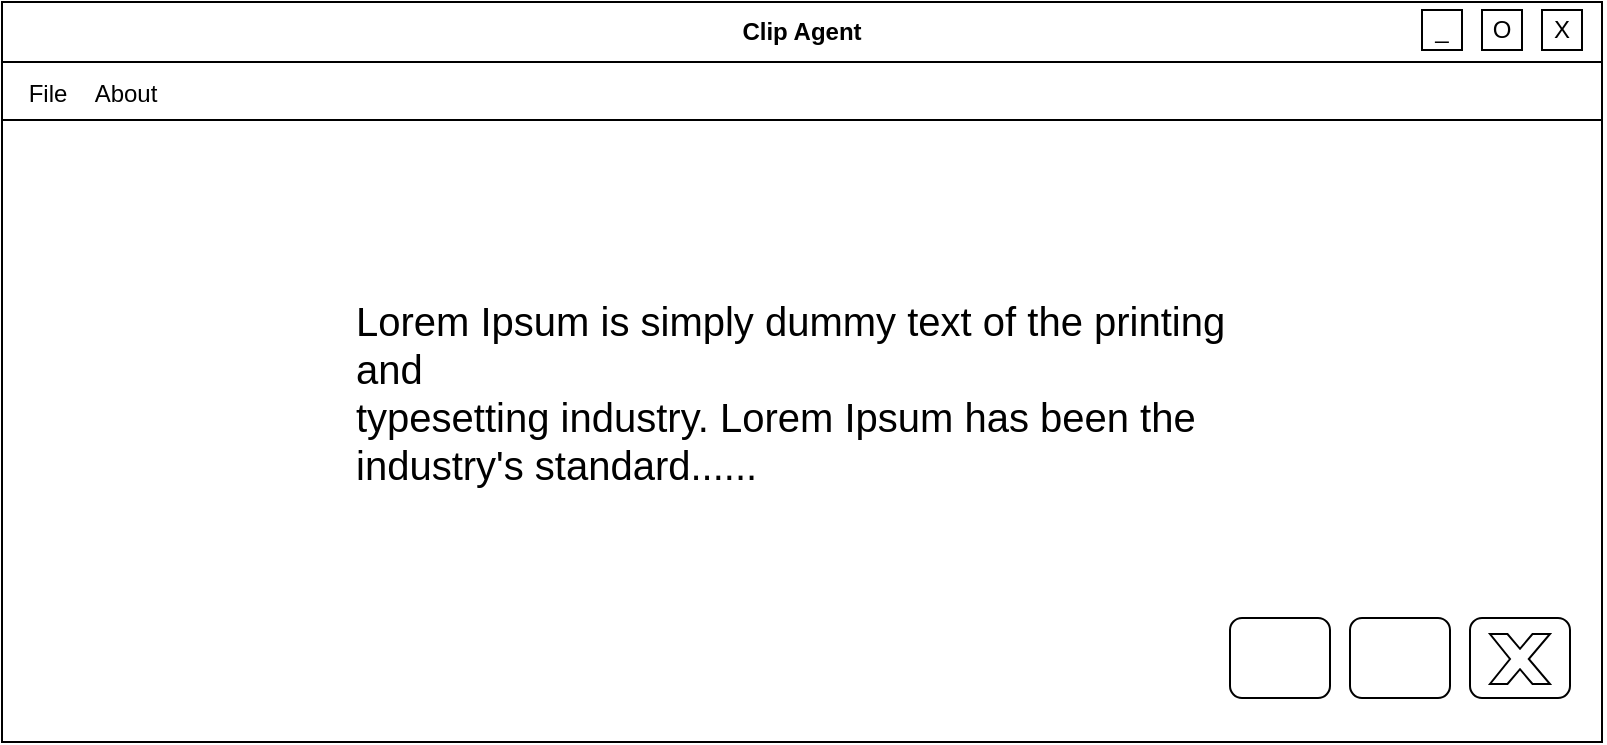
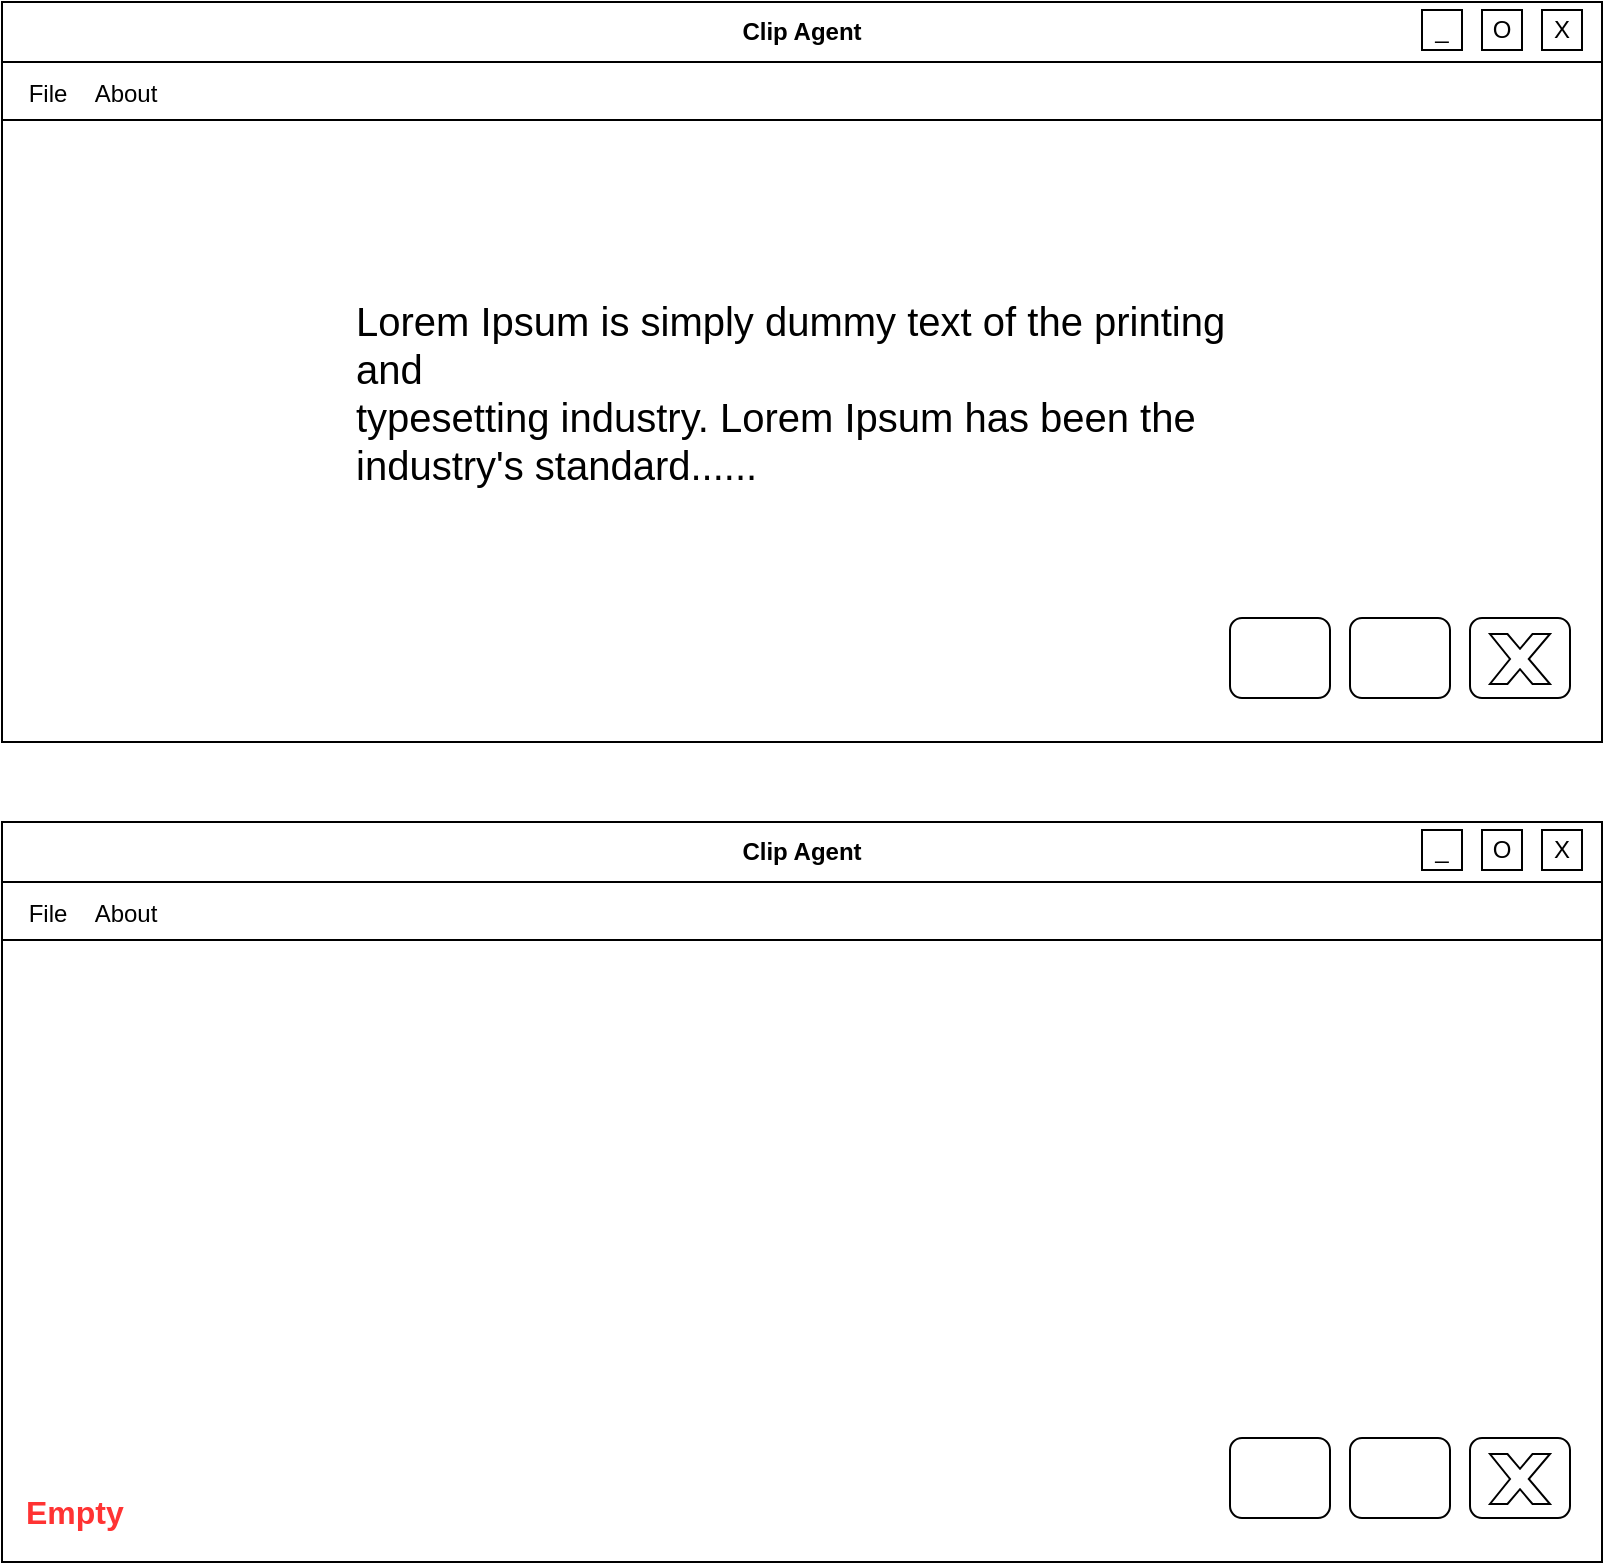
- <mxfile host="app.diagrams.net">
-   <diagram name="Page-1" id="P4FE9_Px-7K-x4Yfp-8R">
-     <mxGraphModel dx="1178" dy="689" grid="1" gridSize="10" guides="1" tooltips="1" connect="1" arrows="1" fold="1" page="1" pageScale="1" pageWidth="850" pageHeight="1100" math="0" shadow="0">
+ <mxfile host="Electron" agent="Mozilla/5.0 (X11; Linux x86_64) AppleWebKit/537.36 (KHTML, like Gecko) draw.io/28.2.5 Chrome/138.0.7204.251 Electron/37.6.1 Safari/537.36" version="28.2.5">
+   <diagram name="Text Only" id="P4FE9_Px-7K-x4Yfp-8R">
+     <mxGraphModel dx="2037" dy="1250" grid="1" gridSize="10" guides="1" tooltips="1" connect="1" arrows="1" fold="1" page="1" pageScale="1" pageWidth="850" pageHeight="1100" math="0" shadow="0">
      <root>
        <mxCell id="0" />
        <mxCell id="1" parent="0" />
-         <mxCell id="ILFVs49rElDs1RQvq7PY-22" parent="1" style="rounded=0;whiteSpace=wrap;html=1;fontStyle=1" value="Clip Agent" vertex="1">
-           <mxGeometry height="30" width="800" x="20" y="40" as="geometry" />
+         <mxCell id="ILFVs49rElDs1RQvq7PY-22" value="Clip Agent" style="rounded=0;whiteSpace=wrap;html=1;fontStyle=1" parent="1" vertex="1">
+           <mxGeometry x="20" y="40" width="800" height="30" as="geometry" />
        </mxCell>
-         <mxCell id="ILFVs49rElDs1RQvq7PY-1" parent="1" style="rounded=0;whiteSpace=wrap;html=1;fillColor=light-dark(#FFFFFF,#1A1A1A);" value="" vertex="1">
-           <mxGeometry height="340" width="800" x="20" y="70" as="geometry" />
+         <mxCell id="ILFVs49rElDs1RQvq7PY-1" value="" style="rounded=0;whiteSpace=wrap;html=1;fillColor=light-dark(#FFFFFF,#1A1A1A);" parent="1" vertex="1">
+           <mxGeometry x="20" y="70" width="800" height="340" as="geometry" />
        </mxCell>
-         <mxCell id="ILFVs49rElDs1RQvq7PY-3" parent="1" style="rounded=0;whiteSpace=wrap;html=1;align=left;verticalAlign=top;fontSize=20;fillColor=light-dark(#FFFFFF,#1A1A1A);strokeColor=none;" value="Lorem Ipsum is simply dummy text of the printing and &lt;br&gt;typesetting industry. Lorem Ipsum has been the industry&#39;s standard......" vertex="1">
-           <mxGeometry height="119" width="460" x="195" y="181" as="geometry" />
+         <mxCell id="ILFVs49rElDs1RQvq7PY-3" value="Lorem Ipsum is simply dummy text of the printing and &lt;br&gt;typesetting industry. Lorem Ipsum has been the industry&#39;s standard......" style="rounded=0;whiteSpace=wrap;html=1;align=left;verticalAlign=top;fontSize=20;fillColor=light-dark(#FFFFFF,#1A1A1A);strokeColor=none;" parent="1" vertex="1">
+           <mxGeometry x="195" y="181" width="460" height="119" as="geometry" />
        </mxCell>
-         <mxCell id="ILFVs49rElDs1RQvq7PY-4" parent="1" style="rounded=1;whiteSpace=wrap;html=1;" value="" vertex="1">
-           <mxGeometry height="40" width="50" x="634" y="348" as="geometry" />
+         <mxCell id="ILFVs49rElDs1RQvq7PY-4" value="" style="rounded=1;whiteSpace=wrap;html=1;" parent="1" vertex="1">
+           <mxGeometry x="634" y="348" width="50" height="40" as="geometry" />
        </mxCell>
-         <mxCell id="ILFVs49rElDs1RQvq7PY-10" parent="1" style="rounded=1;whiteSpace=wrap;html=1;" value="" vertex="1">
-           <mxGeometry height="40" width="50" x="694" y="348" as="geometry" />
+         <mxCell id="ILFVs49rElDs1RQvq7PY-10" value="" style="rounded=1;whiteSpace=wrap;html=1;" parent="1" vertex="1">
+           <mxGeometry x="694" y="348" width="50" height="40" as="geometry" />
        </mxCell>
-         <mxCell id="ILFVs49rElDs1RQvq7PY-11" parent="1" style="rounded=1;whiteSpace=wrap;html=1;" value="" vertex="1">
-           <mxGeometry height="40" width="50" x="754" y="348" as="geometry" />
+         <mxCell id="ILFVs49rElDs1RQvq7PY-11" value="" style="rounded=1;whiteSpace=wrap;html=1;" parent="1" vertex="1">
+           <mxGeometry x="754" y="348" width="50" height="40" as="geometry" />
        </mxCell>
-         <mxCell id="ILFVs49rElDs1RQvq7PY-14" parent="1" style="text;html=1;whiteSpace=wrap;strokeColor=none;fillColor=none;align=center;verticalAlign=middle;rounded=0;" value="About" vertex="1">
-           <mxGeometry height="20" width="40" x="62" y="76" as="geometry" />
+         <mxCell id="ILFVs49rElDs1RQvq7PY-14" value="About" style="text;html=1;whiteSpace=wrap;strokeColor=none;fillColor=none;align=center;verticalAlign=middle;rounded=0;" parent="1" vertex="1">
+           <mxGeometry x="62" y="76" width="40" height="20" as="geometry" />
        </mxCell>
-         <mxCell id="ILFVs49rElDs1RQvq7PY-15" parent="1" style="text;html=1;whiteSpace=wrap;strokeColor=none;fillColor=none;align=center;verticalAlign=middle;rounded=0;" value="File" vertex="1">
-           <mxGeometry height="20" width="40" x="23" y="76" as="geometry" />
+         <mxCell id="ILFVs49rElDs1RQvq7PY-15" value="File" style="text;html=1;whiteSpace=wrap;strokeColor=none;fillColor=none;align=center;verticalAlign=middle;rounded=0;" parent="1" vertex="1">
+           <mxGeometry x="23" y="76" width="40" height="20" as="geometry" />
        </mxCell>
-         <mxCell id="ILFVs49rElDs1RQvq7PY-18" parent="1" style="rounded=0;whiteSpace=wrap;html=1;" value="_" vertex="1">
-           <mxGeometry height="20" width="20" x="730" y="44" as="geometry" />
+         <mxCell id="ILFVs49rElDs1RQvq7PY-18" value="_" style="rounded=0;whiteSpace=wrap;html=1;" parent="1" vertex="1">
+           <mxGeometry x="730" y="44" width="20" height="20" as="geometry" />
        </mxCell>
-         <mxCell id="ILFVs49rElDs1RQvq7PY-19" parent="1" style="rounded=0;whiteSpace=wrap;html=1;" value="O" vertex="1">
-           <mxGeometry height="20" width="20" x="760" y="44" as="geometry" />
+         <mxCell id="ILFVs49rElDs1RQvq7PY-19" value="O" style="rounded=0;whiteSpace=wrap;html=1;" parent="1" vertex="1">
+           <mxGeometry x="760" y="44" width="20" height="20" as="geometry" />
        </mxCell>
-         <mxCell id="ILFVs49rElDs1RQvq7PY-20" parent="1" style="rounded=0;whiteSpace=wrap;html=1;" value="X" vertex="1">
-           <mxGeometry height="20" width="20" x="790" y="44" as="geometry" />
+         <mxCell id="ILFVs49rElDs1RQvq7PY-20" value="X" style="rounded=0;whiteSpace=wrap;html=1;" parent="1" vertex="1">
+           <mxGeometry x="790" y="44" width="20" height="20" as="geometry" />
        </mxCell>
-         <mxCell id="ILFVs49rElDs1RQvq7PY-21" edge="1" parent="1" style="endArrow=none;html=1;rounded=0;entryX=1;entryY=0.045;entryDx=0;entryDy=0;entryPerimeter=0;strokeWidth=1;" value="">
-           <mxGeometry height="50" relative="1" width="50" as="geometry">
+         <mxCell id="ILFVs49rElDs1RQvq7PY-21" value="" style="endArrow=none;html=1;rounded=0;entryX=1;entryY=0.045;entryDx=0;entryDy=0;entryPerimeter=0;strokeWidth=1;" parent="1" edge="1">
+           <mxGeometry width="50" height="50" relative="1" as="geometry">
            <mxPoint x="20" y="99" as="sourcePoint" />
            <mxPoint x="820" y="99" as="targetPoint" />
          </mxGeometry>
        </mxCell>
-         <mxCell id="ILFVs49rElDs1RQvq7PY-29" parent="1" style="verticalLabelPosition=bottom;verticalAlign=top;html=1;shape=mxgraph.basic.x;fillColor=light-dark(#FFFFFF,#FF0000);" value="" vertex="1">
-           <mxGeometry height="25" width="30" x="764" y="356" as="geometry" />
+         <mxCell id="ILFVs49rElDs1RQvq7PY-29" value="" style="verticalLabelPosition=bottom;verticalAlign=top;html=1;shape=mxgraph.basic.x;fillColor=light-dark(#FFFFFF,#FFFFFF);" parent="1" vertex="1">
+           <mxGeometry x="764" y="356" width="30" height="25" as="geometry" />
        </mxCell>
-         <mxCell id="ILFVs49rElDs1RQvq7PY-33" parent="1" style="html=1;verticalLabelPosition=bottom;align=center;labelBackgroundColor=#ffffff;verticalAlign=top;strokeWidth=2;strokeColor=light-dark(#FFFFFF,#FFFFFF);shadow=0;dashed=0;shape=mxgraph.ios7.icons.reload;" value="" vertex="1">
-           <mxGeometry height="27" width="24" x="647" y="353" as="geometry" />
+         <mxCell id="ILFVs49rElDs1RQvq7PY-33" value="" style="html=1;verticalLabelPosition=bottom;align=center;labelBackgroundColor=#ffffff;verticalAlign=top;strokeWidth=2;strokeColor=light-dark(#FFFFFF,#FFFFFF);shadow=0;dashed=0;shape=mxgraph.ios7.icons.reload;" parent="1" vertex="1">
+           <mxGeometry x="647" y="353" width="24" height="27" as="geometry" />
        </mxCell>
-         <mxCell id="ILFVs49rElDs1RQvq7PY-34" parent="1" style="html=1;verticalLabelPosition=bottom;align=center;labelBackgroundColor=#ffffff;verticalAlign=top;strokeWidth=2;strokeColor=light-dark(#FFFFFF,#FFFFFF);shadow=0;dashed=0;shape=mxgraph.ios7.icons.up;" value="" vertex="1">
-           <mxGeometry height="25.5" width="21" x="708.5" y="355.5" as="geometry" />
+         <mxCell id="ILFVs49rElDs1RQvq7PY-34" value="" style="html=1;verticalLabelPosition=bottom;align=center;labelBackgroundColor=#ffffff;verticalAlign=top;strokeWidth=2;strokeColor=light-dark(#FFFFFF,#FFFFFF);shadow=0;dashed=0;shape=mxgraph.ios7.icons.up;" parent="1" vertex="1">
+           <mxGeometry x="708.5" y="355.5" width="21" height="25.5" as="geometry" />
+         </mxCell>
+         <mxCell id="hWNjist8PL0foXQvvuDz-2" value="Clip Agent" style="rounded=0;whiteSpace=wrap;html=1;fontStyle=1" vertex="1" parent="1">
+           <mxGeometry x="20" y="450" width="800" height="30" as="geometry" />
+         </mxCell>
+         <mxCell id="hWNjist8PL0foXQvvuDz-3" value="" style="rounded=0;whiteSpace=wrap;html=1;fillColor=light-dark(#FFFFFF,#1A1A1A);" vertex="1" parent="1">
+           <mxGeometry x="20" y="480" width="800" height="340" as="geometry" />
+         </mxCell>
+         <mxCell id="hWNjist8PL0foXQvvuDz-5" value="" style="rounded=1;whiteSpace=wrap;html=1;" vertex="1" parent="1">
+           <mxGeometry x="634" y="758" width="50" height="40" as="geometry" />
+         </mxCell>
+         <mxCell id="hWNjist8PL0foXQvvuDz-6" value="" style="rounded=1;whiteSpace=wrap;html=1;" vertex="1" parent="1">
+           <mxGeometry x="694" y="758" width="50" height="40" as="geometry" />
+         </mxCell>
+         <mxCell id="hWNjist8PL0foXQvvuDz-7" value="" style="rounded=1;whiteSpace=wrap;html=1;" vertex="1" parent="1">
+           <mxGeometry x="754" y="758" width="50" height="40" as="geometry" />
+         </mxCell>
+         <mxCell id="hWNjist8PL0foXQvvuDz-8" value="About" style="text;html=1;whiteSpace=wrap;strokeColor=none;fillColor=none;align=center;verticalAlign=middle;rounded=0;" vertex="1" parent="1">
+           <mxGeometry x="62" y="486" width="40" height="20" as="geometry" />
+         </mxCell>
+         <mxCell id="hWNjist8PL0foXQvvuDz-9" value="File" style="text;html=1;whiteSpace=wrap;strokeColor=none;fillColor=none;align=center;verticalAlign=middle;rounded=0;" vertex="1" parent="1">
+           <mxGeometry x="23" y="486" width="40" height="20" as="geometry" />
+         </mxCell>
+         <mxCell id="hWNjist8PL0foXQvvuDz-10" value="_" style="rounded=0;whiteSpace=wrap;html=1;" vertex="1" parent="1">
+           <mxGeometry x="730" y="454" width="20" height="20" as="geometry" />
+         </mxCell>
+         <mxCell id="hWNjist8PL0foXQvvuDz-11" value="O" style="rounded=0;whiteSpace=wrap;html=1;" vertex="1" parent="1">
+           <mxGeometry x="760" y="454" width="20" height="20" as="geometry" />
+         </mxCell>
+         <mxCell id="hWNjist8PL0foXQvvuDz-12" value="X" style="rounded=0;whiteSpace=wrap;html=1;" vertex="1" parent="1">
+           <mxGeometry x="790" y="454" width="20" height="20" as="geometry" />
+         </mxCell>
+         <mxCell id="hWNjist8PL0foXQvvuDz-13" value="" style="endArrow=none;html=1;rounded=0;entryX=1;entryY=0.045;entryDx=0;entryDy=0;entryPerimeter=0;strokeWidth=1;" edge="1" parent="1">
+           <mxGeometry width="50" height="50" relative="1" as="geometry">
+             <mxPoint x="20" y="509" as="sourcePoint" />
+             <mxPoint x="820" y="509" as="targetPoint" />
+           </mxGeometry>
+         </mxCell>
+         <mxCell id="hWNjist8PL0foXQvvuDz-14" value="" style="verticalLabelPosition=bottom;verticalAlign=top;html=1;shape=mxgraph.basic.x;fillColor=light-dark(#FFFFFF,#FFFFFF);" vertex="1" parent="1">
+           <mxGeometry x="764" y="766" width="30" height="25" as="geometry" />
+         </mxCell>
+         <mxCell id="hWNjist8PL0foXQvvuDz-15" value="" style="html=1;verticalLabelPosition=bottom;align=center;labelBackgroundColor=#ffffff;verticalAlign=top;strokeWidth=2;strokeColor=light-dark(#FFFFFF,#FFFFFF);shadow=0;dashed=0;shape=mxgraph.ios7.icons.reload;" vertex="1" parent="1">
+           <mxGeometry x="647" y="763" width="24" height="27" as="geometry" />
+         </mxCell>
+         <mxCell id="hWNjist8PL0foXQvvuDz-16" value="" style="html=1;verticalLabelPosition=bottom;align=center;labelBackgroundColor=#ffffff;verticalAlign=top;strokeWidth=2;strokeColor=light-dark(#FFFFFF,#FFFFFF);shadow=0;dashed=0;shape=mxgraph.ios7.icons.up;" vertex="1" parent="1">
+           <mxGeometry x="708.5" y="765.5" width="21" height="25.5" as="geometry" />
+         </mxCell>
+         <mxCell id="hWNjist8PL0foXQvvuDz-17" value="Empty" style="text;html=1;align=left;verticalAlign=middle;whiteSpace=wrap;rounded=0;fontStyle=1;fontSize=16;fontColor=#FF3333;" vertex="1" parent="1">
+           <mxGeometry x="30" y="780" width="190" height="30" as="geometry" />
        </mxCell>
      </root>
    </mxGraphModel>
  </diagram>
</mxfile>
